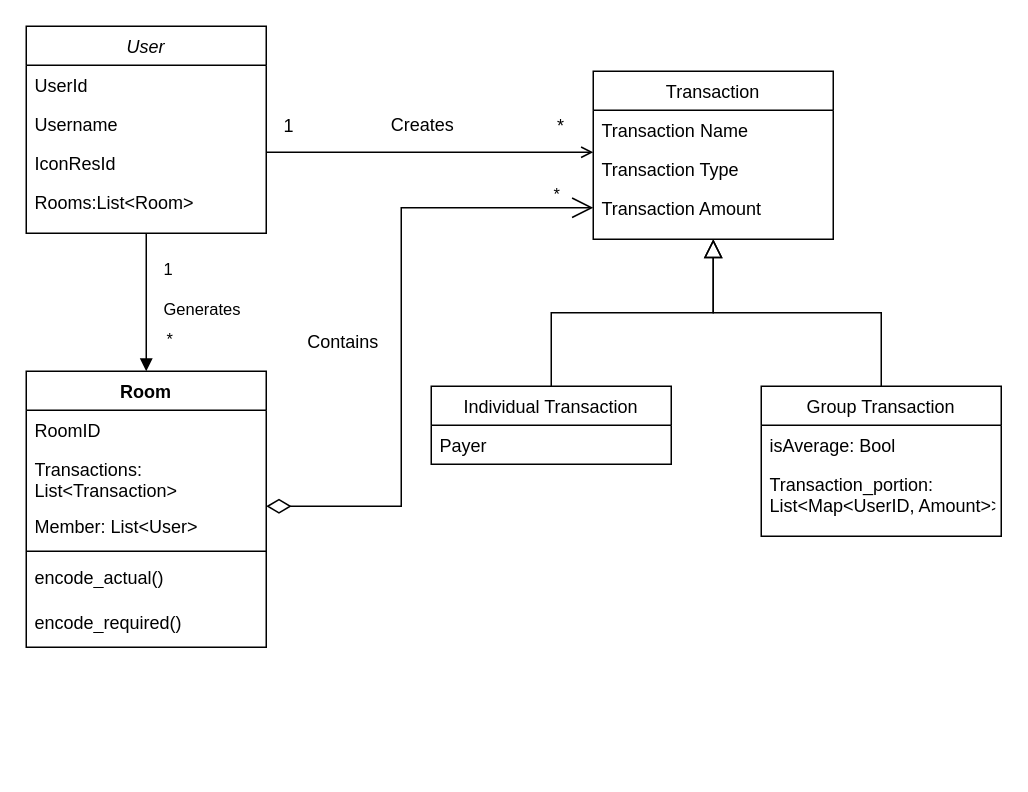
Before: Untitled Diagram.drawio in Haywardchan/SE_Diagrams, a draw.io diagram. Source tidied: cells renumbered, new cells numbered last; positions are measured from the earlier drawing's top-left corner, leaving out a move shared by most shapes. Both pictures are drawn from the tidied source at 150%, with x=0, y=0 at pixel (26, 26).
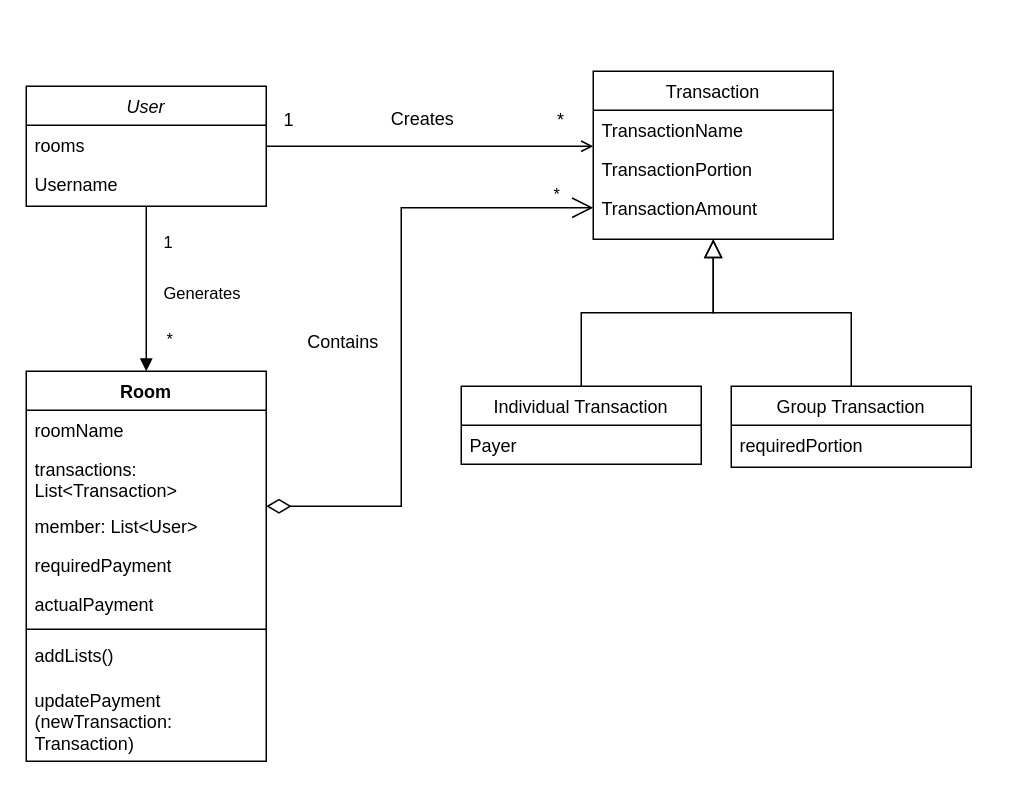
The same page after the edit.

The change refers to these unchanged cells:
```xml
<mxCell id="14" value="Transaction" style="swimlane;fontStyle=0;align=center;verticalAlign=top;horizontal=1;startSize=26;rounded=0;shadow=0;strokeWidth=1;" parent="1" vertex="1">
  <mxGeometry x="378" y="30" width="160" height="112" as="geometry" />
</mxCell>
```

Change to the diagram source:
```diff
@@
     <mxCell id="2" value="User" style="swimlane;fontStyle=2;align=center;verticalAlign=top;horizontal=1;startSize=26;rounded=0;shadow=0;strokeWidth=1;" parent="1" vertex="1">
-      <mxGeometry width="160" height="138" as="geometry" />
+      <mxGeometry y="40" width="160" height="80" as="geometry" />
     </mxCell>
-    <mxCell id="3" value="UserId" style="text;align=left;verticalAlign=top;spacingLeft=4;spacingRight=4;overflow=hidden;" parent="2" vertex="1">
+    <mxCell id="3" value="rooms" style="text;align=left;verticalAlign=top;spacingLeft=4;spacingRight=4;overflow=hidden;" parent="2" vertex="1">
       <mxGeometry y="26" width="160" height="26" as="geometry" />
     </mxCell>
@@
-    <mxCell id="5" value="IconResId" style="text;align=left;verticalAlign=top;spacingLeft=4;spacingRight=4;overflow=hidden;rounded=0;shadow=0;html=0;" parent="2" vertex="1">
-      <mxGeometry y="78" width="160" height="26" as="geometry" />
-    </mxCell>
-    <mxCell id="6" value="Rooms:List&lt;Room&gt;" style="text;align=left;verticalAlign=top;spacingLeft=4;spacingRight=4;overflow=hidden;" parent="2" vertex="1">
-      <mxGeometry y="104" width="160" height="26" as="geometry" />
-    </mxCell>
     <mxCell id="7" value="Individual Transaction" style="swimlane;fontStyle=0;align=center;verticalAlign=top;horizontal=1;startSize=26;rounded=0;shadow=0;strokeWidth=1;" parent="1" vertex="1">
-      <mxGeometry x="270" y="240" width="160" height="52" as="geometry" />
+      <mxGeometry x="290" y="240" width="160" height="52" as="geometry" />
     </mxCell>
@@
     <mxCell id="10" value="Group Transaction" style="swimlane;fontStyle=0;align=center;verticalAlign=top;horizontal=1;startSize=26;rounded=0;shadow=0;strokeWidth=1;" parent="1" vertex="1">
-      <mxGeometry x="490" y="240" width="160" height="100" as="geometry" />
+      <mxGeometry x="470" y="240" width="160" height="54" as="geometry" />
     </mxCell>
-    <mxCell id="11" value="isAverage: Bool" style="text;align=left;verticalAlign=top;spacingLeft=4;spacingRight=4;overflow=hidden;" parent="10" vertex="1">
-      <mxGeometry y="26" width="160" height="26" as="geometry" />
-    </mxCell>
-    <mxCell id="12" value="Transaction_portion: &#10;List&lt;Map&lt;UserID, Amount&gt;&gt;" style="text;align=left;verticalAlign=top;spacingLeft=4;spacingRight=4;overflow=hidden;" parent="10" vertex="1">
-      <mxGeometry y="52" width="160" height="38" as="geometry" />
+    <mxCell id="12" value="requiredPortion" style="text;align=left;verticalAlign=top;spacingLeft=4;spacingRight=4;overflow=hidden;" parent="10" vertex="1">
+      <mxGeometry y="26" width="160" height="28" as="geometry" />
     </mxCell>
@@
-    <mxCell id="15" value="Transaction Name" style="text;align=left;verticalAlign=top;spacingLeft=4;spacingRight=4;overflow=hidden;" parent="14" vertex="1">
+    <mxCell id="15" value="TransactionName" style="text;align=left;verticalAlign=top;spacingLeft=4;spacingRight=4;overflow=hidden;" parent="14" vertex="1">
       <mxGeometry y="26" width="160" height="26" as="geometry" />
     </mxCell>
-    <mxCell id="16" value="Transaction Type" style="text;align=left;verticalAlign=top;spacingLeft=4;spacingRight=4;overflow=hidden;rounded=0;shadow=0;html=0;" parent="14" vertex="1">
+    <mxCell id="16" value="TransactionPortion" style="text;align=left;verticalAlign=top;spacingLeft=4;spacingRight=4;overflow=hidden;rounded=0;shadow=0;html=0;" parent="14" vertex="1">
       <mxGeometry y="52" width="160" height="26" as="geometry" />
     </mxCell>
-    <mxCell id="17" value="Transaction Amount" style="text;align=left;verticalAlign=top;spacingLeft=4;spacingRight=4;overflow=hidden;points=[[0,0.5],[1,0.5]];portConstraint=eastwest;rounded=0;shadow=0;html=0;" parent="14" vertex="1">
+    <mxCell id="17" value="TransactionAmount" style="text;align=left;verticalAlign=top;spacingLeft=4;spacingRight=4;overflow=hidden;points=[[0,0.5],[1,0.5]];portConstraint=eastwest;rounded=0;shadow=0;html=0;" parent="14" vertex="1">
       <mxGeometry y="78" width="160" height="26" as="geometry" />
     </mxCell>
@@
     <mxCell id="22" value="Room" style="swimlane;fontStyle=1;align=center;verticalAlign=top;horizontal=1;startSize=26;whiteSpace=wrap;html=1;" parent="1" vertex="1">
-      <mxGeometry y="230" width="160" height="184" as="geometry" />
+      <mxGeometry y="230" width="160" height="260" as="geometry" />
     </mxCell>
-    <mxCell id="23" value="RoomID" style="text;strokeColor=none;fillColor=none;align=left;verticalAlign=top;spacingLeft=4;spacingRight=4;overflow=hidden;whiteSpace=wrap;html=1;" parent="22" vertex="1">
+    <mxCell id="23" value="roomName" style="text;strokeColor=none;fillColor=none;align=left;verticalAlign=top;spacingLeft=4;spacingRight=4;overflow=hidden;whiteSpace=wrap;html=1;" parent="22" vertex="1">
       <mxGeometry y="26" width="160" height="26" as="geometry" />
     </mxCell>
-    <mxCell id="24" value="Transactions: List&amp;lt;Transaction&amp;gt;" style="text;strokeColor=none;fillColor=none;align=left;verticalAlign=top;spacingLeft=4;spacingRight=4;overflow=hidden;whiteSpace=wrap;html=1;" parent="22" vertex="1">
+    <mxCell id="24" value="transactions: List&amp;lt;Transaction&amp;gt;" style="text;strokeColor=none;fillColor=none;align=left;verticalAlign=top;spacingLeft=4;spacingRight=4;overflow=hidden;whiteSpace=wrap;html=1;" parent="22" vertex="1">
       <mxGeometry y="52" width="160" height="38" as="geometry" />
     </mxCell>
-    <mxCell id="25" value="Member: List&amp;lt;User&amp;gt;" style="text;strokeColor=none;fillColor=none;align=left;verticalAlign=top;spacingLeft=4;spacingRight=4;overflow=hidden;whiteSpace=wrap;html=1;" parent="22" vertex="1">
+    <mxCell id="25" value="member: List&amp;lt;User&amp;gt;" style="text;strokeColor=none;fillColor=none;align=left;verticalAlign=top;spacingLeft=4;spacingRight=4;overflow=hidden;whiteSpace=wrap;html=1;" parent="22" vertex="1">
       <mxGeometry y="90" width="160" height="26" as="geometry" />
     </mxCell>
+    <mxCell id="35" value="requiredPayment" style="text;strokeColor=none;fillColor=none;align=left;verticalAlign=top;spacingLeft=4;spacingRight=4;overflow=hidden;whiteSpace=wrap;html=1;" parent="22" vertex="1">
+      <mxGeometry y="116" width="160" height="26" as="geometry" />
+    </mxCell>
+    <mxCell id="36" value="actualPayment" style="text;strokeColor=none;fillColor=none;align=left;verticalAlign=top;spacingLeft=4;spacingRight=4;overflow=hidden;whiteSpace=wrap;html=1;" parent="22" vertex="1">
+      <mxGeometry y="142" width="160" height="26" as="geometry" />
+    </mxCell>
     <mxCell id="26" style="line;strokeWidth=1;fillColor=none;align=left;verticalAlign=middle;spacingTop=-1;spacingLeft=3;spacingRight=3;labelPosition=right;strokeColor=inherit;" parent="22" vertex="1">
-      <mxGeometry y="116" width="160" height="8" as="geometry" />
+      <mxGeometry y="168" width="160" height="8" as="geometry" />
     </mxCell>
-    <mxCell id="27" value="encode_actual()" style="text;strokeColor=none;fillColor=none;align=left;verticalAlign=top;spacingLeft=4;spacingRight=4;overflow=hidden;whiteSpace=wrap;html=1;" parent="22" vertex="1">
-      <mxGeometry y="124" width="160" height="30" as="geometry" />
+    <mxCell id="27" value="addLists()" style="text;strokeColor=none;fillColor=none;align=left;verticalAlign=top;spacingLeft=4;spacingRight=4;overflow=hidden;whiteSpace=wrap;html=1;" parent="22" vertex="1">
+      <mxGeometry y="176" width="160" height="30" as="geometry" />
     </mxCell>
-    <mxCell id="28" value="encode_required()" style="text;strokeColor=none;fillColor=none;align=left;verticalAlign=top;spacingLeft=4;spacingRight=4;overflow=hidden;whiteSpace=wrap;html=1;" parent="22" vertex="1">
-      <mxGeometry y="154" width="160" height="30" as="geometry" />
+    <mxCell id="28" value="updatePayment&lt;div&gt;(newTransaction:&lt;/div&gt;&lt;div&gt;Transaction)&lt;/div&gt;" style="text;strokeColor=none;fillColor=none;align=left;verticalAlign=top;spacingLeft=4;spacingRight=4;overflow=hidden;whiteSpace=wrap;html=1;" parent="22" vertex="1">
+      <mxGeometry y="206" width="160" height="54" as="geometry" />
     </mxCell>
```
